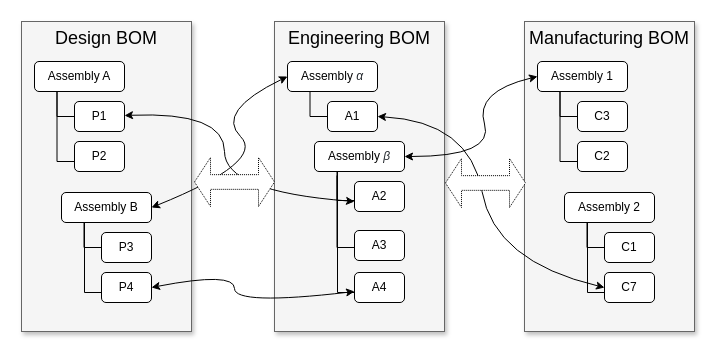
This is BOM/bom-view.drawio from littlelittlemoon/DiagramsRepository, a draw.io file, before an edit. Source tidied: cells renumbered, new cells numbered last; positions are measured from the earlier drawing's top-left corner, leaving out a move shared by most shapes. Both pictures are drawn from the tidied source at 100%, with x=0, y=0 at pixel (21, 21).
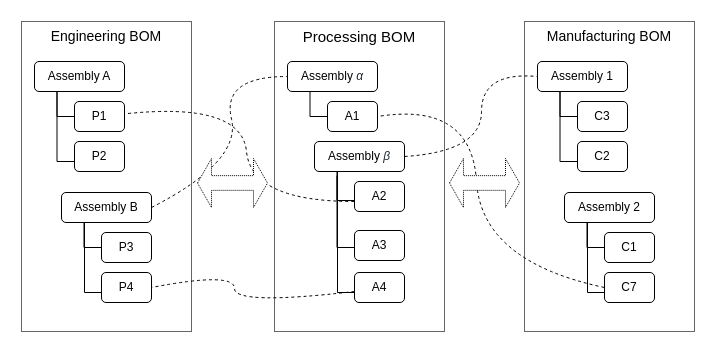
The same page after the edit.

Unchanged cells that the change refers to:
```xml
<mxCell id="5" value="P1" style="rounded=1;whiteSpace=wrap;html=1;verticalAlign=middle;" parent="1" vertex="1">
  <mxGeometry x="53" y="80" width="50" height="30" as="geometry" />
</mxCell>
<mxCell id="8" value="Assembly B" style="rounded=1;whiteSpace=wrap;html=1;verticalAlign=middle;" parent="1" vertex="1">
  <mxGeometry x="40" y="171" width="90" height="30" as="geometry" />
</mxCell>
<mxCell id="10" value="P4" style="rounded=1;whiteSpace=wrap;html=1;verticalAlign=middle;" parent="1" vertex="1">
  <mxGeometry x="80" y="251" width="50" height="30" as="geometry" />
</mxCell>
<mxCell id="15" value="Assembly&amp;nbsp;&lt;span style=&quot;color: rgb(36 , 41 , 46) ; font-family: &amp;#34;katex_math&amp;#34; ; font-style: italic ; text-align: left&quot;&gt;&lt;font style=&quot;font-size: 12px&quot;&gt;α&lt;/font&gt;&lt;/span&gt;" style="rounded=1;whiteSpace=wrap;html=1;verticalAlign=middle;" parent="1" vertex="1">
  <mxGeometry x="266" y="40" width="90" height="30" as="geometry" />
</mxCell>
<mxCell id="16" value="A1" style="rounded=1;whiteSpace=wrap;html=1;verticalAlign=middle;" parent="1" vertex="1">
  <mxGeometry x="306" y="80" width="50" height="30" as="geometry" />
</mxCell>
<mxCell id="18" value="Assembly&amp;nbsp;&lt;span style=&quot;color: rgb(36 , 41 , 46) ; font-family: &amp;#34;katex_math&amp;#34; ; font-style: italic ; text-align: left&quot;&gt;&lt;font style=&quot;font-size: 12px&quot;&gt;β&lt;/font&gt;&lt;/span&gt;" style="rounded=1;whiteSpace=wrap;html=1;verticalAlign=middle;" parent="1" vertex="1">
  <mxGeometry x="293" y="120" width="90" height="30" as="geometry" />
</mxCell>
<mxCell id="26" value="Assembly 1" style="rounded=1;whiteSpace=wrap;html=1;verticalAlign=middle;" parent="1" vertex="1">
  <mxGeometry x="516" y="40" width="90" height="30" as="geometry" />
</mxCell>
<mxCell id="32" value="C7" style="rounded=1;whiteSpace=wrap;html=1;verticalAlign=middle;" parent="1" vertex="1">
  <mxGeometry x="583" y="251" width="50" height="30" as="geometry" />
</mxCell>
```

What changed in the source:
```diff
@@
-    <mxCell id="2" value="Design BOM" style="whiteSpace=wrap;html=1;shadow=1;fontSize=18;fillColor=#f5f5f5;strokeColor=#666666;verticalAlign=top;" parent="1" vertex="1">
+    <mxCell id="2" value="Engineering BOM" style="whiteSpace=wrap;html=1;shadow=0;fontSize=14;fillColor=none;strokeColor=#666666;verticalAlign=top;" parent="1" vertex="1">
       <mxGeometry width="170" height="310" as="geometry" />
     </mxCell>
@@
-    <mxCell id="13" value="Engineering BOM" style="whiteSpace=wrap;html=1;shadow=1;fontSize=18;fillColor=#f5f5f5;strokeColor=#666666;verticalAlign=top;" parent="1" vertex="1">
+    <mxCell id="13" value="Processing BOM" style="whiteSpace=wrap;html=1;shadow=0;fontSize=15;fillColor=none;strokeColor=#666666;verticalAlign=top;" parent="1" vertex="1">
       <mxGeometry x="253" width="170" height="310" as="geometry" />
     </mxCell>
@@
-    <mxCell id="24" value="Manufacturing BOM" style="whiteSpace=wrap;html=1;shadow=1;fontSize=18;fillColor=#f5f5f5;strokeColor=#666666;verticalAlign=top;" parent="1" vertex="1">
+    <mxCell id="24" value="Manufacturing BOM" style="whiteSpace=wrap;html=1;shadow=0;fontSize=14;fillColor=none;strokeColor=#666666;verticalAlign=top;" parent="1" vertex="1">
       <mxGeometry x="503" width="170" height="310" as="geometry" />
     </mxCell>
@@
-    <mxCell id="35" style="curved=1;endArrow=classic;html=1;entryX=0;entryY=0.5;entryDx=0;entryDy=0;exitX=1;exitY=0.5;exitDx=0;exitDy=0;startArrow=classic;startFill=1;" parent="1" edge="1" source="8" target="15">
+    <mxCell id="35" style="curved=1;endArrow=none;html=1;entryX=0;entryY=0.5;entryDx=0;entryDy=0;exitX=1;exitY=0.5;exitDx=0;exitDy=0;startArrow=none;startFill=0;endFill=0;dashed=1;" parent="1" edge="1" source="8" target="15">
       <mxGeometry relative="1" as="geometry">
         <Array as="points">
-          <mxPoint x="244" y="140" />
-          <mxPoint x="194" y="90" />
+          <mxPoint x="220" y="140" />
+          <mxPoint x="200" y="55" />
         </Array>
       </mxGeometry>
     </mxCell>
-    <mxCell id="36" style="curved=1;endArrow=classic;html=1;startArrow=classic;startFill=1;" parent="1" edge="1" target="5">
+    <mxCell id="36" style="curved=1;endArrow=none;html=1;startArrow=none;startFill=0;endFill=0;dashed=1;" parent="1" edge="1" target="5">
       <mxGeometry relative="1" as="geometry">
         <mxPoint x="333" y="180" as="sourcePoint" />
         <Array as="points">
-          <mxPoint x="203" y="170" />
-          <mxPoint x="203" y="90" />
+          <mxPoint x="230" y="180" />
+          <mxPoint x="220" y="80" />
         </Array>
       </mxGeometry>
     </mxCell>
-    <mxCell id="37" style="curved=1;endArrow=classic;html=1;startArrow=classic;startFill=1;entryX=1;entryY=0.5;entryDx=0;entryDy=0;" parent="1" edge="1" target="10">
+    <mxCell id="37" style="curved=1;endArrow=none;html=1;startArrow=none;startFill=0;entryX=1;entryY=0.5;entryDx=0;entryDy=0;endFill=0;dashed=1;" parent="1" edge="1" target="10">
       <mxGeometry relative="1" as="geometry">
         <mxPoint x="333" y="270" as="sourcePoint" />
         <Array as="points">
           <mxPoint x="213" y="284" />
           <mxPoint x="213" y="250" />
         </Array>
       </mxGeometry>
     </mxCell>
-    <mxCell id="38" style="curved=1;endArrow=classic;html=1;startArrow=classic;startFill=1;entryX=1;entryY=0.5;entryDx=0;entryDy=0;exitX=0;exitY=0.5;exitDx=0;exitDy=0;" parent="1" edge="1" source="32" target="16">
+    <mxCell id="38" style="curved=1;endArrow=none;html=1;startArrow=none;startFill=0;entryX=1;entryY=0.5;entryDx=0;entryDy=0;exitX=0;exitY=0.5;exitDx=0;exitDy=0;endFill=0;dashed=1;" parent="1" edge="1" source="32" target="16">
       <mxGeometry relative="1" as="geometry">
         <Array as="points">
-          <mxPoint x="473" y="240" />
-          <mxPoint x="448" y="100" />
+          <mxPoint x="460" y="240" />
+          <mxPoint x="450" y="80" />
         </Array>
       </mxGeometry>
     </mxCell>
-    <mxCell id="39" style="curved=1;endArrow=classic;html=1;entryX=0;entryY=0.5;entryDx=0;entryDy=0;exitX=1;exitY=0.5;exitDx=0;exitDy=0;startArrow=classic;startFill=1;" parent="1" edge="1" source="18" target="26">
+    <mxCell id="39" style="curved=1;endArrow=none;html=1;entryX=0;entryY=0.5;entryDx=0;entryDy=0;exitX=1;exitY=0.5;exitDx=0;exitDy=0;startArrow=none;startFill=0;endFill=0;dashed=1;" parent="1" edge="1" source="18" target="26">
       <mxGeometry relative="1" as="geometry">
         <Array as="points">
-          <mxPoint x="473" y="135" />
-          <mxPoint x="453" y="70" />
+          <mxPoint x="460" y="130" />
+          <mxPoint x="460" y="50" />
         </Array>
       </mxGeometry>
     </mxCell>
     <mxCell id="40" style="shape=doubleArrow;whiteSpace=wrap;html=1;verticalAlign=middle;dashed=1;dashPattern=1 1;" parent="1" vertex="1">
-      <mxGeometry x="173" y="136" width="80" height="49" as="geometry" />
+      <mxGeometry x="176" y="137" width="70" height="49" as="geometry" />
     </mxCell>
     <mxCell id="41" style="shape=doubleArrow;whiteSpace=wrap;html=1;verticalAlign=middle;dashed=1;dashPattern=1 1;" parent="1" vertex="1">
-      <mxGeometry x="424" y="137" width="80" height="49" as="geometry" />
+      <mxGeometry x="428" y="137" width="70" height="49" as="geometry" />
     </mxCell>
```
